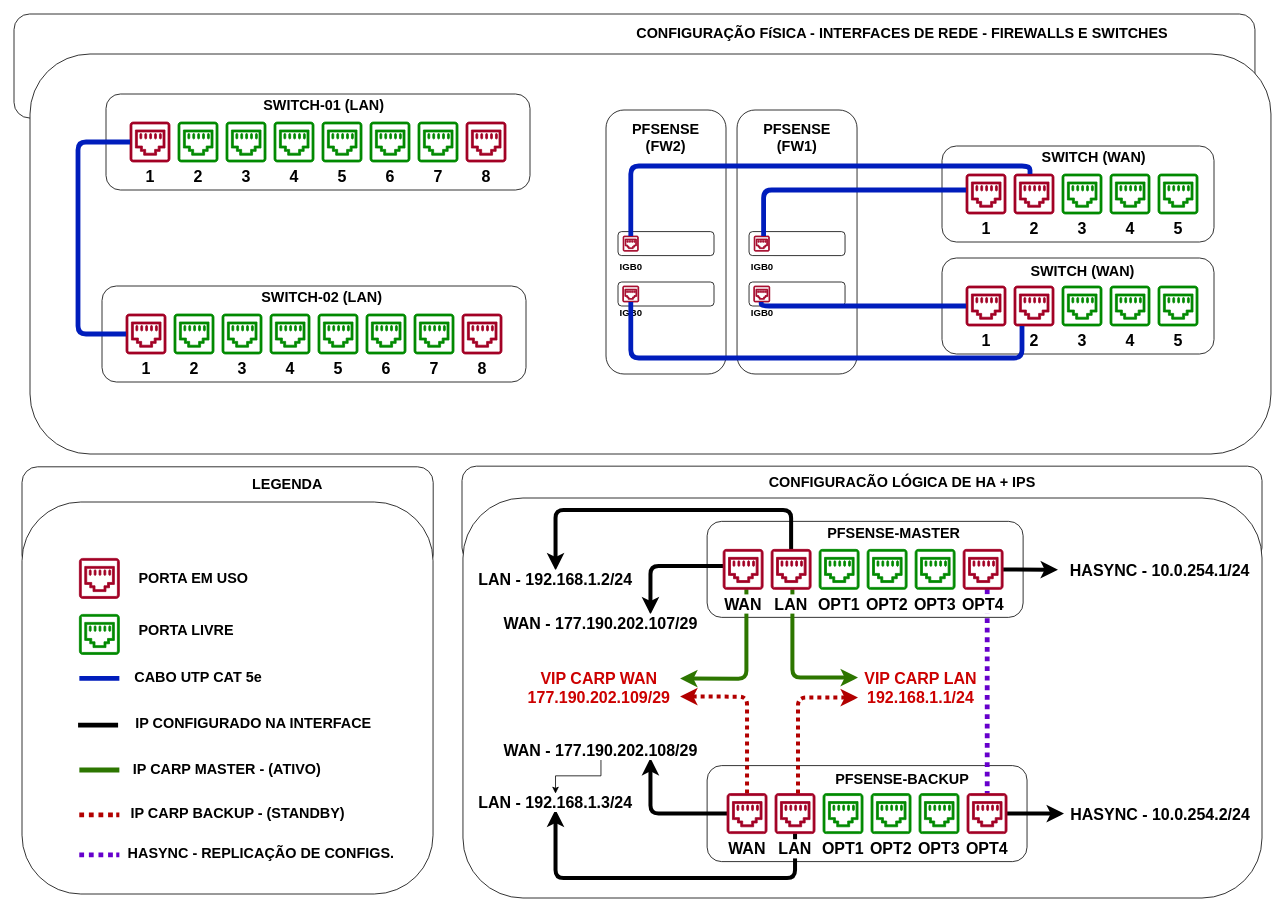
This is Diagrama sem nome.drawio from Igorgoncalvess/TEST, a draw.io file, before an edit. Source tidied: cells renumbered, new cells numbered last; positions are measured from the earlier drawing's top-left corner, leaving out a move shared by most shapes. Both pictures are drawn from the tidied source at 80%, with x=0, y=0 at pixel (14, 14).
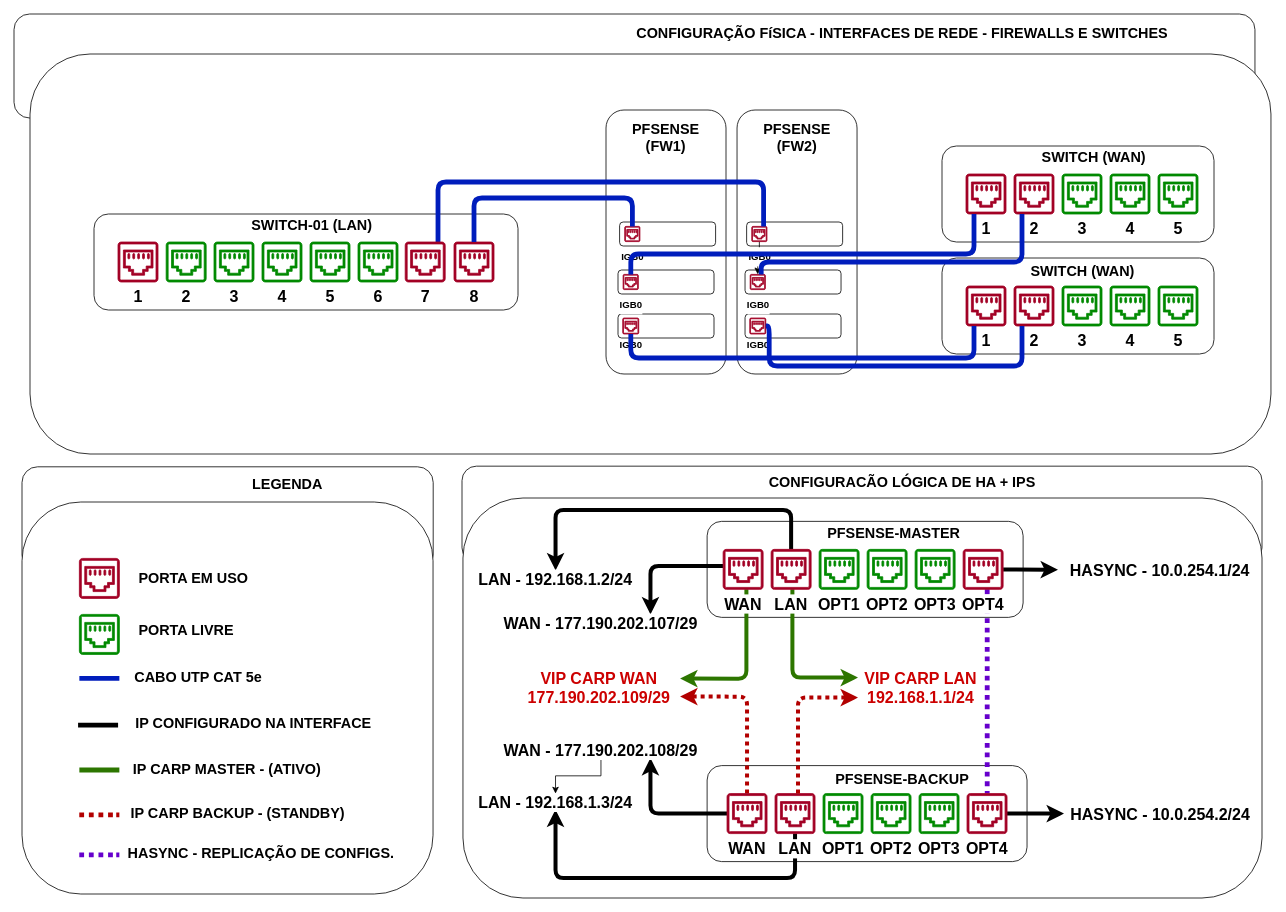
Above is the later version.

The change refers to these unchanged cells:
```xml
<mxCell id="31" value="1" style="shadow=0;dashed=0;html=1;strokeColor=#A20025;fillColor=#a20025;labelPosition=center;verticalLabelPosition=bottom;verticalAlign=top;align=center;outlineConnect=0;shape=mxgraph.vvd.ethernet_port;fontColor=#000000;fontStyle=1;fontSize=20;labelBackgroundColor=#FFFFFF;" parent="1" vertex="1">
  <mxGeometry x="1190" y="200" width="50" height="50" as="geometry" />
</mxCell>
<mxCell id="87" value="2" style="shadow=0;dashed=0;html=1;strokeColor=#A20025;fillColor=#a20025;labelPosition=center;verticalLabelPosition=bottom;verticalAlign=top;align=center;outlineConnect=0;shape=mxgraph.vvd.ethernet_port;fontColor=#000000;fontStyle=1;fontSize=20;labelBackgroundColor=#FFFFFF;" parent="1" vertex="1">
  <mxGeometry x="1250" y="200" width="50" height="50" as="geometry" />
</mxCell>
<mxCell id="94" style="group;" parent="1" vertex="1">
  <mxGeometry x="903.8" y="120" width="150" height="330" as="geometry" />
</mxCell>
<mxCell id="109" value="1" style="shadow=0;dashed=0;html=1;strokeColor=#A20025;fillColor=#a20025;labelPosition=center;verticalLabelPosition=bottom;verticalAlign=top;align=center;outlineConnect=0;shape=mxgraph.vvd.ethernet_port;fontColor=#000000;fontStyle=1;fontSize=20;labelBackgroundColor=#FFFFFF;" parent="1" vertex="1">
  <mxGeometry x="1190" y="340" width="50" height="50" as="geometry" />
</mxCell>
<mxCell id="110" value="2" style="shadow=0;dashed=0;html=1;strokeColor=#A20025;fillColor=#a20025;labelPosition=center;verticalLabelPosition=bottom;verticalAlign=top;align=center;outlineConnect=0;shape=mxgraph.vvd.ethernet_port;fontColor=#000000;fontStyle=1;fontSize=20;labelBackgroundColor=#FFFFFF;" parent="1" vertex="1">
  <mxGeometry x="1250" y="340" width="50" height="50" as="geometry" />
</mxCell>
```

The edit, as a diff of the source:
```diff
@@
     <mxCell id="11" style="rounded=1;whiteSpace=wrap;html=1;fontStyle=1;labelBackgroundColor=#FFFFFF;fontColor=#000000;" parent="1" vertex="1">
-      <mxGeometry x="115" y="100" width="530" height="120" as="geometry" />
+      <mxGeometry x="100" y="250" width="530" height="120" as="geometry" />
     </mxCell>
     <mxCell id="12" value="&lt;font style=&quot;font-size: 20px;&quot;&gt;1&lt;/font&gt;" style="shadow=0;dashed=0;html=1;strokeColor=#A20025;fillColor=#a20025;labelPosition=center;verticalLabelPosition=bottom;verticalAlign=top;align=center;outlineConnect=0;shape=mxgraph.vvd.ethernet_port;fontColor=#000000;fontStyle=1;labelBackgroundColor=#ffffff;fontSize=20;" parent="1" vertex="1">
-      <mxGeometry x="145" y="135" width="50" height="50" as="geometry" />
+      <mxGeometry x="130" y="285" width="50" height="50" as="geometry" />
     </mxCell>
     <mxCell id="13" value="2" style="shadow=0;dashed=0;html=1;strokeColor=#008A00;fillColor=#008a00;labelPosition=center;verticalLabelPosition=bottom;verticalAlign=top;align=center;shape=mxgraph.vvd.ethernet_port;fontColor=#000000;fontStyle=1;fontSize=20;labelBackgroundColor=#FFFFFF;" parent="1" vertex="1">
-      <mxGeometry x="205" y="135" width="50" height="50" as="geometry" />
+      <mxGeometry x="190.2" y="285" width="50" height="50" as="geometry" />
     </mxCell>
     <mxCell id="14" value="3" style="shadow=0;dashed=0;html=1;strokeColor=#008A00;fillColor=#008a00;labelPosition=center;verticalLabelPosition=bottom;verticalAlign=top;align=center;shape=mxgraph.vvd.ethernet_port;fontStyle=1;fontColor=#000000;fontSize=20;labelBackgroundColor=#FFFFFF;" parent="1" vertex="1">
-      <mxGeometry x="265" y="135" width="50" height="50" as="geometry" />
+      <mxGeometry x="250" y="285" width="50" height="50" as="geometry" />
     </mxCell>
     <mxCell id="15" value="4" style="shadow=0;dashed=0;html=1;strokeColor=#008A00;fillColor=#008a00;labelPosition=center;verticalLabelPosition=bottom;verticalAlign=top;align=center;shape=mxgraph.vvd.ethernet_port;fontStyle=1;fontColor=#000000;fontSize=20;labelBackgroundColor=#FFFFFF;" parent="1" vertex="1">
-      <mxGeometry x="325" y="135" width="50" height="50" as="geometry" />
+      <mxGeometry x="310" y="285" width="50" height="50" as="geometry" />
     </mxCell>
     <mxCell id="16" value="5" style="shadow=0;dashed=0;html=1;strokeColor=#008A00;fillColor=#008a00;labelPosition=center;verticalLabelPosition=bottom;verticalAlign=top;align=center;shape=mxgraph.vvd.ethernet_port;fontColor=#000000;fontStyle=1;fontSize=20;labelBackgroundColor=#FFFFFF;" parent="1" vertex="1">
-      <mxGeometry x="385" y="135" width="50" height="50" as="geometry" />
+      <mxGeometry x="370" y="285" width="50" height="50" as="geometry" />
     </mxCell>
     <mxCell id="17" value="6" style="shadow=0;dashed=0;html=1;strokeColor=#008A00;fillColor=#008a00;labelPosition=center;verticalLabelPosition=bottom;verticalAlign=top;align=center;shape=mxgraph.vvd.ethernet_port;fontColor=#000000;fontStyle=1;fontSize=20;labelBackgroundColor=#FFFFFF;" parent="1" vertex="1">
-      <mxGeometry x="445" y="135" width="50" height="50" as="geometry" />
+      <mxGeometry x="430" y="285" width="50" height="50" as="geometry" />
     </mxCell>
-    <mxCell id="18" value="7" style="shadow=0;dashed=0;html=1;strokeColor=#008A00;fillColor=#008a00;labelPosition=center;verticalLabelPosition=bottom;verticalAlign=top;align=center;shape=mxgraph.vvd.ethernet_port;fontStyle=1;fontColor=#000000;fontSize=20;labelBackgroundColor=#FFFFFF;" parent="1" vertex="1">
-      <mxGeometry x="505" y="135" width="50" height="50" as="geometry" />
-    </mxCell>
     <mxCell id="19" value="SWITCH-01 (LAN)" style="text;html=1;strokeColor=none;fillColor=none;align=center;verticalAlign=middle;whiteSpace=wrap;rounded=0;fontStyle=1;fontSize=18;labelBackgroundColor=#FFFFFF;fontColor=#000000;" parent="1" vertex="1">
-      <mxGeometry x="305" y="105" width="165" height="20" as="geometry" />
+      <mxGeometry x="290" y="255" width="165" height="20" as="geometry" />
     </mxCell>
-    <mxCell id="20" style="rounded=1;whiteSpace=wrap;html=1;fontStyle=1;labelBackgroundColor=#FFFFFF;fontColor=#000000;" parent="1" vertex="1">
-      <mxGeometry x="110" y="340" width="530" height="120" as="geometry" />
-    </mxCell>
-    <mxCell id="21" value="1" style="shadow=0;dashed=0;html=1;strokeColor=#A20025;fillColor=#a20025;labelPosition=center;verticalLabelPosition=bottom;verticalAlign=top;align=center;outlineConnect=0;shape=mxgraph.vvd.ethernet_port;fontColor=#000000;fontStyle=1;fontSize=20;labelBackgroundColor=#FFFFFF;" parent="1" vertex="1">
-      <mxGeometry x="140" y="375" width="50" height="50" as="geometry" />
-    </mxCell>
-    <mxCell id="22" value="2" style="shadow=0;dashed=0;html=1;strokeColor=#008A00;fillColor=#008a00;labelPosition=center;verticalLabelPosition=bottom;verticalAlign=top;align=center;shape=mxgraph.vvd.ethernet_port;fontColor=#000000;fontStyle=1;fontSize=20;labelBackgroundColor=#FFFFFF;" parent="1" vertex="1">
-      <mxGeometry x="200" y="375" width="50" height="50" as="geometry" />
-    </mxCell>
-    <mxCell id="23" value="3" style="shadow=0;dashed=0;html=1;strokeColor=#008A00;fillColor=#008a00;labelPosition=center;verticalLabelPosition=bottom;verticalAlign=top;align=center;shape=mxgraph.vvd.ethernet_port;fontStyle=1;fontColor=#000000;fontSize=20;labelBackgroundColor=#FFFFFF;" parent="1" vertex="1">
-      <mxGeometry x="260" y="375" width="50" height="50" as="geometry" />
-    </mxCell>
-    <mxCell id="24" value="4" style="shadow=0;dashed=0;html=1;strokeColor=#008A00;fillColor=#008a00;labelPosition=center;verticalLabelPosition=bottom;verticalAlign=top;align=center;shape=mxgraph.vvd.ethernet_port;fontStyle=1;fontColor=#000000;fontSize=20;labelBackgroundColor=#FFFFFF;" parent="1" vertex="1">
-      <mxGeometry x="320" y="375" width="50" height="50" as="geometry" />
-    </mxCell>
-    <mxCell id="25" value="5" style="shadow=0;dashed=0;html=1;strokeColor=#008A00;fillColor=#008a00;labelPosition=center;verticalLabelPosition=bottom;verticalAlign=top;align=center;shape=mxgraph.vvd.ethernet_port;fontColor=#000000;fontStyle=1;fontSize=20;labelBackgroundColor=#FFFFFF;" parent="1" vertex="1">
-      <mxGeometry x="380" y="375" width="50" height="50" as="geometry" />
-    </mxCell>
-    <mxCell id="26" value="6" style="shadow=0;dashed=0;html=1;strokeColor=#008A00;fillColor=#008a00;labelPosition=center;verticalLabelPosition=bottom;verticalAlign=top;align=center;shape=mxgraph.vvd.ethernet_port;fontColor=#000000;fontStyle=1;fontSize=20;labelBackgroundColor=#FFFFFF;" parent="1" vertex="1">
-      <mxGeometry x="440" y="375" width="50" height="50" as="geometry" />
-    </mxCell>
-    <mxCell id="27" value="7" style="shadow=0;dashed=0;html=1;strokeColor=#008A00;fillColor=#008a00;labelPosition=center;verticalLabelPosition=bottom;verticalAlign=top;align=center;shape=mxgraph.vvd.ethernet_port;fontStyle=1;fontColor=#000000;fontSize=20;labelBackgroundColor=#FFFFFF;" parent="1" vertex="1">
-      <mxGeometry x="500" y="375" width="50" height="50" as="geometry" />
-    </mxCell>
-    <mxCell id="28" value="SWITCH-02 (LAN)" style="text;html=1;strokeColor=none;fillColor=none;align=center;verticalAlign=middle;whiteSpace=wrap;rounded=0;fontStyle=1;fontSize=18;labelBackgroundColor=#FFFFFF;fontColor=#000000;" parent="1" vertex="1">
-      <mxGeometry x="300" y="345" width="170" height="20" as="geometry" />
-    </mxCell>
-    <mxCell id="29" style="edgeStyle=orthogonalEdgeStyle;jettySize=auto;html=1;fontSize=18;endArrow=none;endFill=0;strokeWidth=6;fillColor=#0050ef;strokeColor=#001DBC;fontStyle=1;labelBackgroundColor=#FFFFFF;fontColor=#000000;rounded=1;" parent="1" edge="1" source="12" target="21">
-      <mxGeometry relative="1" as="geometry">
-        <Array as="points">
-          <mxPoint x="80" y="160" />
-          <mxPoint x="80" y="400" />
-        </Array>
-      </mxGeometry>
-    </mxCell>
@@
-    <mxCell id="83" value="8" style="shadow=0;dashed=0;html=1;strokeColor=#A20025;fillColor=#a20025;labelPosition=center;verticalLabelPosition=bottom;verticalAlign=top;align=center;shape=mxgraph.vvd.ethernet_port;fontStyle=1;fontColor=#000000;fontSize=20;labelBackgroundColor=#FFFFFF;" parent="1" vertex="1">
-      <mxGeometry x="560" y="375" width="50" height="50" as="geometry" />
-    </mxCell>
     <mxCell id="84" value="8" style="shadow=0;dashed=0;html=1;strokeColor=#A20025;fillColor=#a20025;labelPosition=center;verticalLabelPosition=bottom;verticalAlign=top;align=center;outlineConnect=0;shape=mxgraph.vvd.ethernet_port;fontStyle=1;fontColor=#000000;fontSize=20;labelBackgroundColor=#FFFFFF;" parent="1" vertex="1">
-      <mxGeometry x="565" y="135" width="50" height="50" as="geometry" />
+      <mxGeometry x="550" y="285" width="50" height="50" as="geometry" />
     </mxCell>
@@
     <mxCell id="89" style="rounded=1;whiteSpace=wrap;html=1;fontStyle=1;labelBackgroundColor=#FFFFFF;fontColor=#000000;" parent="1" vertex="1">
-      <mxGeometry x="755" y="335" width="120" height="30" as="geometry" />
+      <mxGeometry x="755" y="375" width="120" height="30" as="geometry" />
     </mxCell>
     <mxCell id="90" value="IGB0" style="shadow=0;dashed=0;html=1;strokeColor=#A20025;fillColor=#a20025;labelPosition=center;verticalLabelPosition=bottom;verticalAlign=top;align=center;outlineConnect=0;shape=mxgraph.vvd.ethernet_port;fontColor=#000000;fontStyle=1;fontSize=12;labelBackgroundColor=#FFFFFF;" parent="1" vertex="1">
-      <mxGeometry x="760.9" y="340" width="20" height="20" as="geometry" />
+      <mxGeometry x="760.9" y="380" width="20" height="20" as="geometry" />
     </mxCell>
     <mxCell id="91" style="rounded=1;whiteSpace=wrap;html=1;fontStyle=1;labelBackgroundColor=#FFFFFF;fontColor=#000000;" parent="1" vertex="1">
-      <mxGeometry x="755" y="272" width="120" height="30" as="geometry" />
+      <mxGeometry x="755" y="320" width="120" height="30" as="geometry" />
     </mxCell>
     <mxCell id="92" value="&lt;p style=&quot;line-height: 0%; font-size: 12px;&quot;&gt;&lt;font style=&quot;font-size: 12px;&quot;&gt;IGB0&lt;/font&gt;&lt;/p&gt;" style="shadow=0;dashed=0;html=1;strokeColor=#A20025;fillColor=#a20025;labelPosition=center;verticalLabelPosition=bottom;verticalAlign=top;align=center;outlineConnect=0;shape=mxgraph.vvd.ethernet_port;fontColor=#000000;fontStyle=1;fontSize=12;labelBackgroundColor=#FFFFFF;" parent="1" vertex="1">
-      <mxGeometry x="761.4" y="277.5" width="19" height="19" as="geometry" />
+      <mxGeometry x="761.4" y="325.5" width="19" height="19" as="geometry" />
     </mxCell>
-    <mxCell id="93" value="PFSENSE (FW2)" style="text;html=1;strokeColor=none;fillColor=none;align=center;verticalAlign=middle;whiteSpace=wrap;rounded=0;fontStyle=1;fontSize=18;labelBackgroundColor=#FFFFFF;fontColor=#000000;" parent="1" vertex="1">
+    <mxCell id="93" value="PFSENSE (FW1)" style="text;html=1;strokeColor=none;fillColor=none;align=center;verticalAlign=middle;whiteSpace=wrap;rounded=0;fontStyle=1;fontSize=18;labelBackgroundColor=#FFFFFF;fontColor=#000000;" parent="1" vertex="1">
       <mxGeometry x="750" y="145" width="130" height="20" as="geometry" />
     </mxCell>
@@
-    <mxCell id="96" style="rounded=1;whiteSpace=wrap;html=1;fontStyle=1;labelBackgroundColor=#FFFFFF;fontColor=#000000;" parent="94" vertex="1">
-      <mxGeometry x="15" y="215" width="120" height="30" as="geometry" />
-    </mxCell>
+    <mxCell id="100" value="PFSENSE (FW2)" style="text;html=1;strokeColor=none;fillColor=none;align=center;verticalAlign=middle;whiteSpace=wrap;rounded=0;fontStyle=1;fontSize=18;labelBackgroundColor=#FFFFFF;fontColor=#000000;" parent="94" vertex="1">
+      <mxGeometry x="10" y="25" width="130" height="20" as="geometry" />
+    </mxCell>
+    <mxCell id="113" style="rounded=1;whiteSpace=wrap;html=1;fontStyle=1;labelBackgroundColor=#FFFFFF;fontColor=#000000;" parent="94" vertex="1">
+      <mxGeometry x="10" y="255" width="120" height="30" as="geometry" />
+    </mxCell>
     <mxCell id="97" value="IGB0" style="shadow=0;dashed=0;html=1;strokeColor=#A20025;fillColor=#a20025;labelPosition=center;verticalLabelPosition=bottom;verticalAlign=top;align=center;outlineConnect=0;shape=mxgraph.vvd.ethernet_port;fontColor=#000000;fontStyle=1;fontSize=12;labelBackgroundColor=#FFFFFF;" parent="94" vertex="1">
-      <mxGeometry x="20.9" y="220" width="20" height="20" as="geometry" />
+      <mxGeometry x="15.9" y="260" width="20" height="20" as="geometry" />
     </mxCell>
-    <mxCell id="98" style="rounded=1;whiteSpace=wrap;html=1;fontStyle=1;labelBackgroundColor=#FFFFFF;fontColor=#000000;" parent="94" vertex="1">
-      <mxGeometry x="15" y="152" width="120" height="30" as="geometry" />
-    </mxCell>
-    <mxCell id="99" value="&lt;p style=&quot;line-height: 0%; font-size: 12px;&quot;&gt;&lt;font style=&quot;font-size: 12px;&quot;&gt;IGB0&lt;/font&gt;&lt;/p&gt;" style="shadow=0;dashed=0;html=1;strokeColor=#A20025;fillColor=#a20025;labelPosition=center;verticalLabelPosition=bottom;verticalAlign=top;align=center;outlineConnect=0;shape=mxgraph.vvd.ethernet_port;fontColor=#000000;fontStyle=1;fontSize=12;labelBackgroundColor=#FFFFFF;" parent="94" vertex="1">
-      <mxGeometry x="21.4" y="157.5" width="19" height="19" as="geometry" />
-    </mxCell>
-    <mxCell id="100" value="PFSENSE (FW1)" style="text;html=1;strokeColor=none;fillColor=none;align=center;verticalAlign=middle;whiteSpace=wrap;rounded=0;fontStyle=1;fontSize=18;labelBackgroundColor=#FFFFFF;fontColor=#000000;" parent="94" vertex="1">
-      <mxGeometry x="10" y="25" width="130" height="20" as="geometry" />
-    </mxCell>
-    <mxCell id="101" style="edgeStyle=orthogonalEdgeStyle;jettySize=auto;html=1;endArrow=none;endFill=0;strokeWidth=6;fontSize=18;fillColor=#0050ef;strokeColor=#001DBC;fontStyle=1;labelBackgroundColor=#FFFFFF;fontColor=#000000;rounded=1;" parent="1" edge="1" source="31" target="99">
-      <mxGeometry relative="1" as="geometry">
-        <Array as="points">
-          <mxPoint x="937" y="220" />
-        </Array>
-      </mxGeometry>
-    </mxCell>
-    <mxCell id="102" style="edgeStyle=orthogonalEdgeStyle;jettySize=auto;html=1;endArrow=none;endFill=0;strokeWidth=6;fontSize=18;fillColor=#0050ef;strokeColor=#001DBC;fontStyle=1;labelBackgroundColor=#FFFFFF;fontColor=#000000;rounded=1;" parent="1" edge="1" source="87" target="92">
-      <mxGeometry relative="1" as="geometry">
-        <Array as="points">
-          <mxPoint x="1270" y="190" />
-          <mxPoint x="771" y="190" />
-        </Array>
-      </mxGeometry>
-    </mxCell>
+    <mxCell id="114" style="rounded=1;whiteSpace=wrap;html=1;fontStyle=1;labelBackgroundColor=#FFFFFF;fontColor=#000000;" parent="94" vertex="1">
+      <mxGeometry x="10" y="200" width="120" height="30" as="geometry" />
+    </mxCell>
+    <mxCell id="115" value="&lt;p style=&quot;line-height: 0%; font-size: 12px;&quot;&gt;&lt;font style=&quot;font-size: 12px;&quot;&gt;IGB0&lt;/font&gt;&lt;/p&gt;" style="shadow=0;dashed=0;html=1;strokeColor=#A20025;fillColor=#a20025;labelPosition=center;verticalLabelPosition=bottom;verticalAlign=top;align=center;outlineConnect=0;shape=mxgraph.vvd.ethernet_port;fontColor=#000000;fontStyle=1;fontSize=12;labelBackgroundColor=#FFFFFF;" parent="94" vertex="1">
+      <mxGeometry x="16.4" y="205.5" width="19" height="19" as="geometry" />
+    </mxCell>
+    <mxCell id="116" style="rounded=1;whiteSpace=wrap;html=1;fontStyle=1;labelBackgroundColor=#FFFFFF;fontColor=#000000;" parent="94" vertex="1">
+      <mxGeometry x="12" y="140" width="120" height="30" as="geometry" />
+    </mxCell>
+    <mxCell id="117" style="edgeStyle=orthogonalEdgeStyle;rounded=0;jettySize=auto;html=1;" parent="94" edge="1" source="118" target="115">
+      <mxGeometry relative="1" as="geometry" />
+    </mxCell>
+    <mxCell id="118" value="&lt;p style=&quot;line-height: 0%; font-size: 12px;&quot;&gt;&lt;font style=&quot;font-size: 12px;&quot;&gt;IGB0&lt;/font&gt;&lt;/p&gt;" style="shadow=0;dashed=0;html=1;strokeColor=#A20025;fillColor=#a20025;labelPosition=center;verticalLabelPosition=bottom;verticalAlign=top;align=center;outlineConnect=0;shape=mxgraph.vvd.ethernet_port;fontColor=#000000;fontStyle=1;fontSize=12;labelBackgroundColor=#FFFFFF;" parent="94" vertex="1">
+      <mxGeometry x="18.4" y="145.5" width="19" height="19" as="geometry" />
+    </mxCell>
@@
-    <mxCell id="111" style="edgeStyle=orthogonalEdgeStyle;jettySize=auto;html=1;endArrow=none;endFill=0;strokeWidth=6;fontSize=18;fillColor=#0050ef;strokeColor=#001DBC;fontStyle=1;labelBackgroundColor=#FFFFFF;fontColor=#000000;rounded=1;" parent="1" edge="1" source="110" target="90">
+    <mxCell id="111" style="edgeStyle=orthogonalEdgeStyle;jettySize=auto;html=1;endArrow=none;endFill=0;strokeWidth=6;fontSize=18;fillColor=#0050ef;strokeColor=#001DBC;fontStyle=1;labelBackgroundColor=#FFFFFF;fontColor=#000000;rounded=1;" parent="1" edge="1" source="109" target="90">
       <mxGeometry relative="1" as="geometry">
         <Array as="points">
-          <mxPoint x="1260" y="430" />
+          <mxPoint x="1200" y="430" />
           <mxPoint x="771" y="430" />
         </Array>
       </mxGeometry>
     </mxCell>
-    <mxCell id="112" style="edgeStyle=orthogonalEdgeStyle;jettySize=auto;html=1;endArrow=none;endFill=0;strokeWidth=6;fontSize=18;fillColor=#0050ef;strokeColor=#001DBC;fontStyle=1;labelBackgroundColor=#FFFFFF;fontColor=#000000;rounded=1;" parent="1" edge="1" source="109" target="97">
+    <mxCell id="112" style="edgeStyle=orthogonalEdgeStyle;jettySize=auto;html=1;endArrow=none;endFill=0;strokeWidth=6;fontSize=18;fillColor=#0050ef;strokeColor=#001DBC;fontStyle=1;labelBackgroundColor=#FFFFFF;fontColor=#000000;rounded=1;" parent="1" edge="1" source="87" target="115">
       <mxGeometry relative="1" as="geometry">
         <Array as="points">
-          <mxPoint x="934" y="365" />
+          <mxPoint x="1260" y="310" />
+          <mxPoint x="934" y="310" />
         </Array>
       </mxGeometry>
     </mxCell>
+    <mxCell id="119" style="rounded=1;whiteSpace=wrap;html=1;fontStyle=1;labelBackgroundColor=#FFFFFF;fontColor=#000000;" parent="1" vertex="1">
+      <mxGeometry x="757" y="260" width="120" height="30" as="geometry" />
+    </mxCell>
+    <mxCell id="120" value="&lt;p style=&quot;line-height: 0%; font-size: 12px;&quot;&gt;&lt;font style=&quot;font-size: 12px;&quot;&gt;IGB0&lt;/font&gt;&lt;/p&gt;" style="shadow=0;dashed=0;html=1;strokeColor=#A20025;fillColor=#a20025;labelPosition=center;verticalLabelPosition=bottom;verticalAlign=top;align=center;outlineConnect=0;shape=mxgraph.vvd.ethernet_port;fontColor=#000000;fontStyle=1;fontSize=12;labelBackgroundColor=#FFFFFF;" parent="1" vertex="1">
+      <mxGeometry x="763.4" y="265.5" width="19" height="19" as="geometry" />
+    </mxCell>
+    <mxCell id="102" style="edgeStyle=orthogonalEdgeStyle;jettySize=auto;html=1;endArrow=none;endFill=0;strokeWidth=6;fontSize=18;fillColor=#0050ef;strokeColor=#001DBC;fontStyle=1;labelBackgroundColor=#FFFFFF;fontColor=#000000;rounded=1;" parent="1" edge="1" source="31" target="92">
+      <mxGeometry relative="1" as="geometry">
+        <Array as="points">
+          <mxPoint x="1200" y="300" />
+          <mxPoint x="771" y="300" />
+        </Array>
+      </mxGeometry>
+    </mxCell>
+    <mxCell id="101" style="edgeStyle=orthogonalEdgeStyle;jettySize=auto;html=1;endArrow=none;endFill=0;strokeWidth=6;fontSize=18;fillColor=#0050ef;strokeColor=#001DBC;fontStyle=1;labelBackgroundColor=#FFFFFF;fontColor=#000000;rounded=1;" parent="1" edge="1" source="123" target="118">
+      <mxGeometry relative="1" as="geometry">
+        <Array as="points">
+          <mxPoint x="530" y="210" />
+          <mxPoint x="937" y="210" />
+        </Array>
+      </mxGeometry>
+    </mxCell>
+    <mxCell id="121" style="edgeStyle=orthogonalEdgeStyle;jettySize=auto;html=1;endArrow=none;endFill=0;strokeWidth=6;fontSize=18;fillColor=#0050ef;strokeColor=#001DBC;fontStyle=1;labelBackgroundColor=#FFFFFF;fontColor=#000000;rounded=1;" parent="1" edge="1" source="84" target="120">
+      <mxGeometry relative="1" as="geometry">
+        <Array as="points">
+          <mxPoint x="575" y="230" />
+          <mxPoint x="773" y="230" />
+        </Array>
+      </mxGeometry>
+    </mxCell>
+    <mxCell id="122" style="edgeStyle=orthogonalEdgeStyle;jettySize=auto;html=1;endArrow=none;endFill=0;strokeWidth=6;fontSize=18;fillColor=#0050ef;strokeColor=#001DBC;fontStyle=1;labelBackgroundColor=#FFFFFF;fontColor=#000000;rounded=1;" parent="1" edge="1" source="110" target="97">
+      <mxGeometry relative="1" as="geometry">
+        <Array as="points">
+          <mxPoint x="1260" y="440" />
+          <mxPoint x="944" y="440" />
+          <mxPoint x="944" y="390" />
+        </Array>
+      </mxGeometry>
+    </mxCell>
+    <mxCell id="123" value="7" style="shadow=0;dashed=0;html=1;strokeColor=#A20025;fillColor=#a20025;labelPosition=center;verticalLabelPosition=bottom;verticalAlign=top;align=center;outlineConnect=0;shape=mxgraph.vvd.ethernet_port;fontStyle=1;fontColor=#000000;fontSize=20;labelBackgroundColor=#FFFFFF;" parent="1" vertex="1">
+      <mxGeometry x="489" y="285" width="50" height="50" as="geometry" />
+    </mxCell>
```
